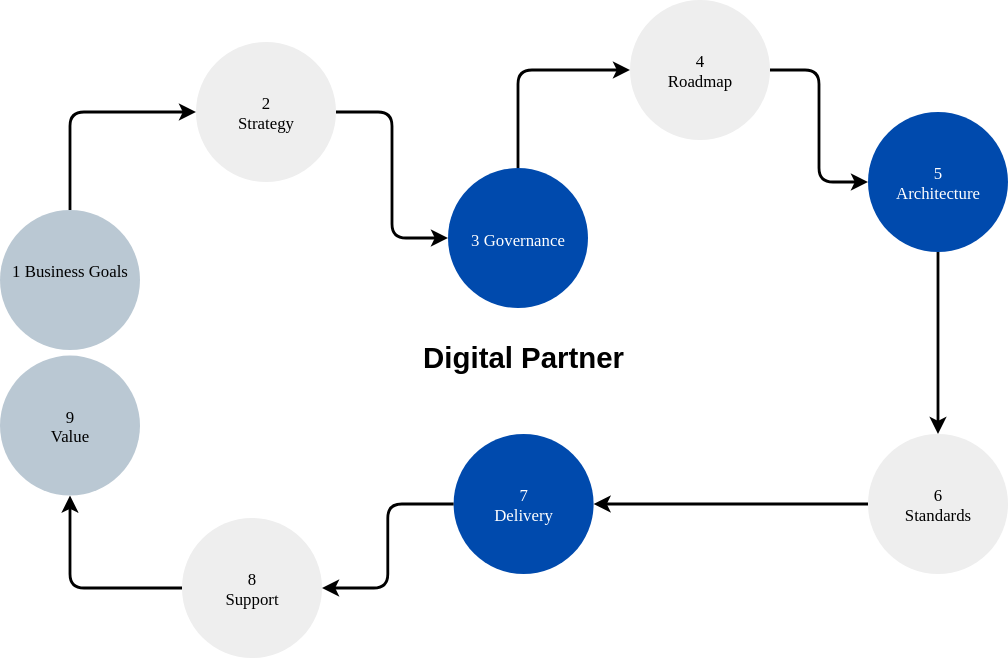
Earlier version of the draw.io export OperatingModel.svg (kieran-travis/drawio). Source tidied: cells renumbered, new cells last; positions are measured from the earlier drawing's top-left corner, leaving out a move shared by most shapes.
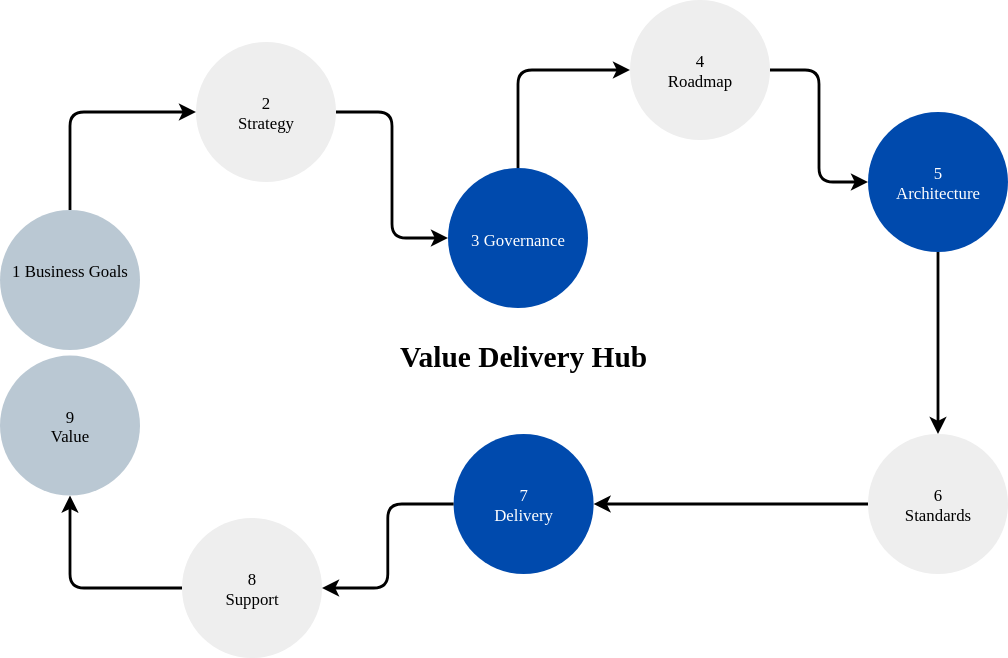
Later version of the same file.

Diff of the diagram source:
```diff
@@ -50,7 +50,7 @@
     <mxCell id="17" style="edgeStyle=orthogonalEdgeStyle;rounded=1;jettySize=auto;html=1;entryX=0.5;entryY=1;entryDx=0;entryDy=0;exitX=0;exitY=0.5;exitDx=0;exitDy=0;curved=0;strokeWidth=2;" parent="1" edge="1" source="10" target="19">
       <mxGeometry relative="1" as="geometry" />
     </mxCell>
-    <mxCell id="18" value="Digital Partner" style="text;html=1;whiteSpace=wrap;strokeColor=none;fillColor=none;align=center;verticalAlign=middle;rounded=0;fontSize=21;fontStyle=1;" parent="1" vertex="1">
+    <mxCell id="18" value="&lt;font face=&quot;Comic Sans MS&quot;&gt;Value Delivery Hub&lt;/font&gt;" style="text;html=1;whiteSpace=wrap;strokeColor=none;fillColor=none;align=center;verticalAlign=middle;rounded=0;fontSize=21;fontStyle=1;" parent="1" vertex="1">
       <mxGeometry x="234" y="240" width="280" height="30" as="geometry" />
     </mxCell>
     <mxCell id="19" value="9&lt;br&gt;Value" style="ellipse;whiteSpace=wrap;html=1;shapeInside=1;fillColor=#bac8d3;fontFamily=Verdana;align=center;verticalAlign=middle;fontSize=12;strokeColor=none;" parent="1" vertex="1">
```
